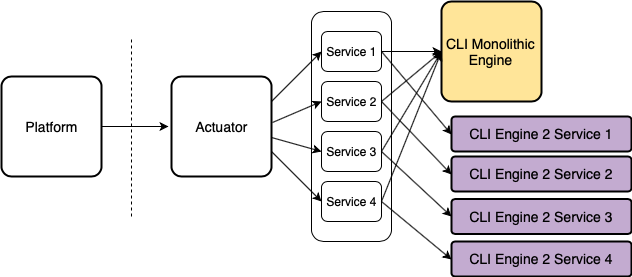
Above: images/thoughts-on-legacy-software/vnc_2.png in cpersico/cpersico.github.io (draw.io), before the change. Source tidied: cells renumbered, new cells last; positions are measured from the earlier drawing's top-left corner, leaving out a move shared by most shapes.
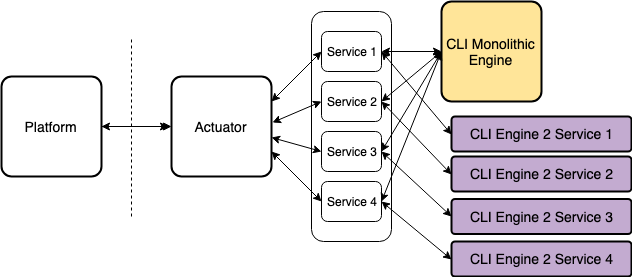
Above is the later version.

What changed in the source:
```diff
@@ -11,6 +11,9 @@
     <mxCell id="3" value="Platform" style="strokeWidth=2;rounded=1;arcSize=10;whiteSpace=wrap;html=1;align=center;fontSize=14;" parent="1" vertex="1">
       <mxGeometry y="75" width="100" height="100" as="geometry" />
     </mxCell>
+    <mxCell id="28" style="edgeStyle=orthogonalEdgeStyle;rounded=0;jettySize=auto;html=1;startArrow=classic;startFill=1;" parent="1" edge="1" source="4" target="3">
+      <mxGeometry relative="1" as="geometry" />
+    </mxCell>
     <mxCell id="4" value="Actuator" style="strokeWidth=2;rounded=1;arcSize=10;whiteSpace=wrap;html=1;align=center;fontSize=14;" parent="1" vertex="1">
       <mxGeometry x="170" y="75" width="100" height="100" as="geometry" />
     </mxCell>
@@ -37,40 +40,40 @@
     <mxCell id="11" value="Service 4" style="rounded=1;whiteSpace=wrap;html=1;" parent="1" vertex="1">
       <mxGeometry x="320" y="180" width="60" height="40" as="geometry" />
     </mxCell>
-    <mxCell id="12" style="endArrow=classic;html=1;exitX=1;exitY=0.25;exitDx=0;exitDy=0;entryX=0;entryY=0.5;entryDx=0;entryDy=0;" parent="1" edge="1" source="4" target="8">
+    <mxCell id="12" style="endArrow=classic;html=1;exitX=1;exitY=0.25;exitDx=0;exitDy=0;entryX=0;entryY=0.5;entryDx=0;entryDy=0;startArrow=classic;startFill=1;" parent="1" edge="1" source="4" target="8">
       <mxGeometry relative="1" as="geometry" />
     </mxCell>
-    <mxCell id="13" style="endArrow=classic;html=1;exitX=1.008;exitY=0.455;exitDx=0;exitDy=0;entryX=0;entryY=0.5;entryDx=0;entryDy=0;exitPerimeter=0;" parent="1" edge="1" source="4" target="9">
+    <mxCell id="13" style="endArrow=classic;html=1;exitX=1.008;exitY=0.455;exitDx=0;exitDy=0;entryX=0;entryY=0.5;entryDx=0;entryDy=0;exitPerimeter=0;startArrow=classic;startFill=1;" parent="1" edge="1" source="4" target="9">
       <mxGeometry relative="1" as="geometry" />
     </mxCell>
-    <mxCell id="14" style="endArrow=classic;html=1;exitX=1.001;exitY=0.607;exitDx=0;exitDy=0;entryX=0;entryY=0.5;entryDx=0;entryDy=0;exitPerimeter=0;" parent="1" edge="1" source="4" target="10">
+    <mxCell id="14" style="endArrow=classic;html=1;exitX=1.001;exitY=0.607;exitDx=0;exitDy=0;entryX=0;entryY=0.5;entryDx=0;entryDy=0;exitPerimeter=0;startArrow=classic;startFill=1;" parent="1" edge="1" source="4" target="10">
       <mxGeometry relative="1" as="geometry" />
     </mxCell>
-    <mxCell id="15" style="endArrow=classic;html=1;exitX=1;exitY=0.75;exitDx=0;exitDy=0;entryX=0;entryY=0.5;entryDx=0;entryDy=0;" parent="1" edge="1" source="4" target="11">
+    <mxCell id="15" style="endArrow=classic;html=1;exitX=1;exitY=0.75;exitDx=0;exitDy=0;entryX=0;entryY=0.5;entryDx=0;entryDy=0;startArrow=classic;startFill=1;" parent="1" edge="1" source="4" target="11">
       <mxGeometry relative="1" as="geometry" />
     </mxCell>
-    <mxCell id="16" style="endArrow=classic;html=1;exitX=1;exitY=0.5;exitDx=0;exitDy=0;entryX=0;entryY=0.5;entryDx=0;entryDy=0;" parent="1" edge="1" source="8" target="5">
+    <mxCell id="16" style="endArrow=classic;html=1;exitX=1;exitY=0.5;exitDx=0;exitDy=0;entryX=0;entryY=0.5;entryDx=0;entryDy=0;startArrow=classic;startFill=1;" parent="1" edge="1" source="8" target="5">
       <mxGeometry relative="1" as="geometry" />
     </mxCell>
-    <mxCell id="17" style="endArrow=classic;html=1;exitX=1;exitY=0.5;exitDx=0;exitDy=0;entryX=0;entryY=0.5;entryDx=0;entryDy=0;" parent="1" edge="1" source="8" target="24">
+    <mxCell id="17" style="endArrow=classic;html=1;exitX=1;exitY=0.5;exitDx=0;exitDy=0;entryX=0;entryY=0.5;entryDx=0;entryDy=0;startArrow=classic;startFill=1;" parent="1" edge="1" source="8" target="24">
       <mxGeometry relative="1" as="geometry" />
     </mxCell>
-    <mxCell id="18" style="endArrow=classic;html=1;exitX=1;exitY=0.5;exitDx=0;exitDy=0;entryX=0;entryY=0.5;entryDx=0;entryDy=0;" parent="1" edge="1" source="9" target="5">
+    <mxCell id="18" style="endArrow=classic;html=1;exitX=1;exitY=0.5;exitDx=0;exitDy=0;entryX=0;entryY=0.5;entryDx=0;entryDy=0;startArrow=classic;startFill=1;" parent="1" edge="1" source="9" target="5">
       <mxGeometry relative="1" as="geometry" />
     </mxCell>
-    <mxCell id="19" style="endArrow=classic;html=1;exitX=1;exitY=0.5;exitDx=0;exitDy=0;entryX=0;entryY=0.5;entryDx=0;entryDy=0;" parent="1" edge="1" source="9" target="25">
+    <mxCell id="19" style="endArrow=classic;html=1;exitX=1;exitY=0.5;exitDx=0;exitDy=0;entryX=0;entryY=0.5;entryDx=0;entryDy=0;startArrow=classic;startFill=1;" parent="1" edge="1" source="9" target="25">
       <mxGeometry relative="1" as="geometry" />
     </mxCell>
-    <mxCell id="20" style="endArrow=classic;html=1;exitX=1;exitY=0.5;exitDx=0;exitDy=0;entryX=0;entryY=0.5;entryDx=0;entryDy=0;" parent="1" edge="1" source="10" target="5">
+    <mxCell id="20" style="endArrow=classic;html=1;exitX=1;exitY=0.5;exitDx=0;exitDy=0;entryX=0;entryY=0.5;entryDx=0;entryDy=0;startArrow=classic;startFill=1;" parent="1" edge="1" source="10" target="5">
       <mxGeometry relative="1" as="geometry" />
     </mxCell>
-    <mxCell id="21" style="endArrow=classic;html=1;exitX=1;exitY=0.5;exitDx=0;exitDy=0;entryX=0;entryY=0.5;entryDx=0;entryDy=0;" parent="1" edge="1" source="10" target="26">
+    <mxCell id="21" style="endArrow=classic;html=1;exitX=1;exitY=0.5;exitDx=0;exitDy=0;entryX=0;entryY=0.5;entryDx=0;entryDy=0;startArrow=classic;startFill=1;" parent="1" edge="1" source="10" target="26">
       <mxGeometry relative="1" as="geometry" />
     </mxCell>
-    <mxCell id="22" style="endArrow=classic;html=1;exitX=1;exitY=0.5;exitDx=0;exitDy=0;entryX=0;entryY=0.5;entryDx=0;entryDy=0;" parent="1" edge="1" source="11" target="5">
+    <mxCell id="22" style="endArrow=classic;html=1;exitX=1;exitY=0.5;exitDx=0;exitDy=0;entryX=0;entryY=0.5;entryDx=0;entryDy=0;startArrow=classic;startFill=1;" parent="1" edge="1" source="11" target="5">
       <mxGeometry relative="1" as="geometry" />
     </mxCell>
-    <mxCell id="23" style="endArrow=classic;html=1;exitX=1;exitY=0.5;exitDx=0;exitDy=0;entryX=0;entryY=0.5;entryDx=0;entryDy=0;" parent="1" edge="1" source="11" target="27">
+    <mxCell id="23" style="endArrow=classic;html=1;exitX=1;exitY=0.5;exitDx=0;exitDy=0;entryX=0;entryY=0.5;entryDx=0;entryDy=0;startArrow=classic;startFill=1;" parent="1" edge="1" source="11" target="27">
       <mxGeometry relative="1" as="geometry" />
     </mxCell>
     <mxCell id="24" value="CLI Engine 2 Service 1" style="strokeWidth=2;rounded=1;arcSize=10;whiteSpace=wrap;html=1;align=center;fontSize=14;fillColor=#C3ABD0;" parent="1" vertex="1">
```
